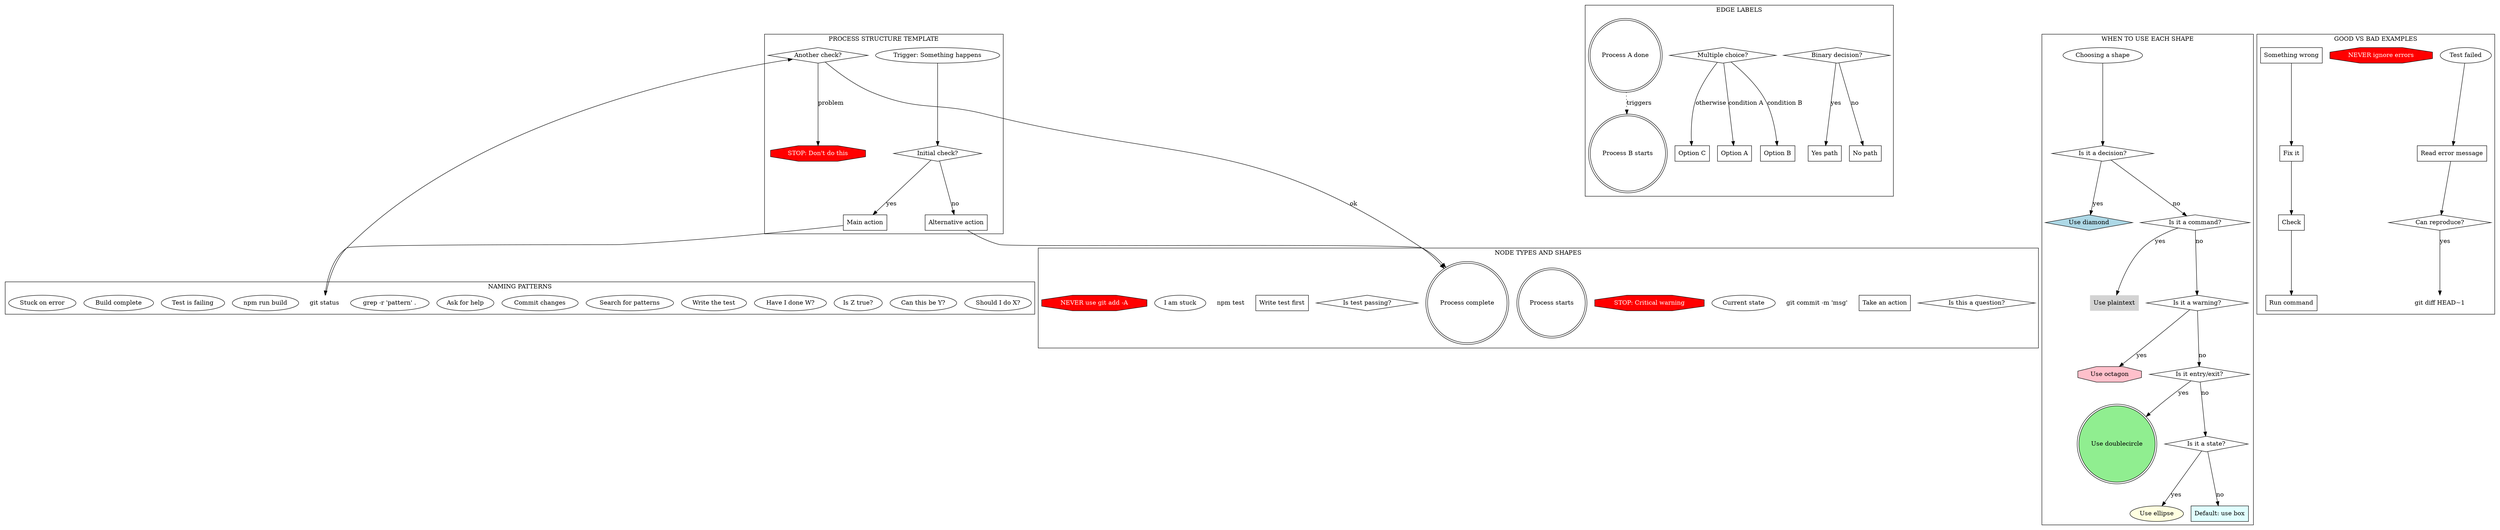
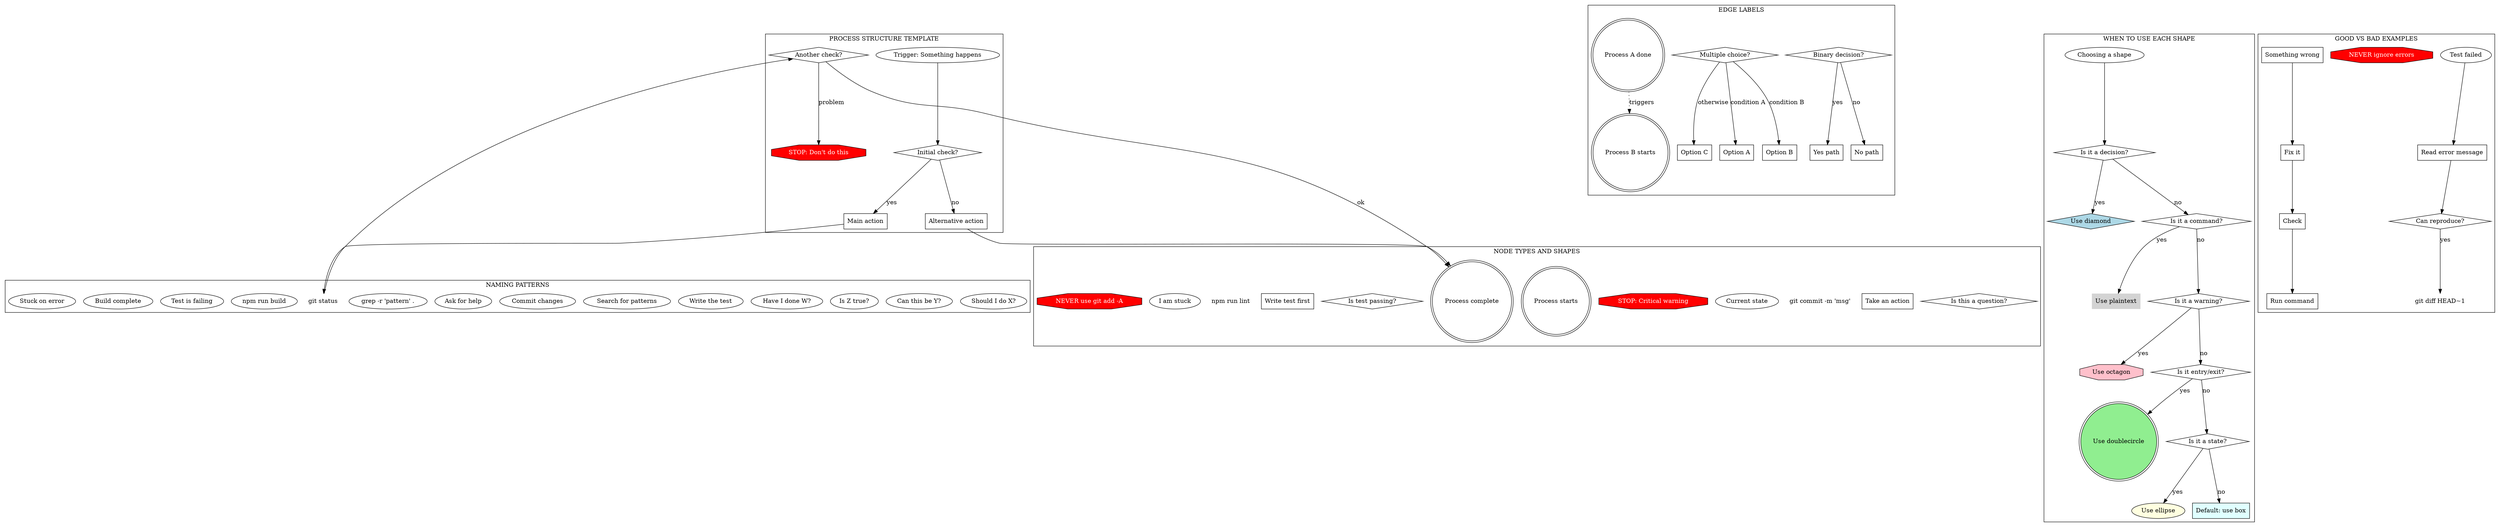
digraph STYLE_GUIDE {
    // The style guide for our process DSL, written in the DSL itself

    // Node type examples with their shapes
    subgraph cluster_node_types {
        label="NODE TYPES AND SHAPES";

        // Questions are diamonds
        "Is this a question?" [shape=diamond];

        // Actions are boxes (default)
        "Take an action" [shape=box];

        // Commands are plaintext
        "git commit -m 'msg'" [shape=plaintext];

        // States are ellipses
        "Current state" [shape=ellipse];

        // Warnings are octagons
        "STOP: Critical warning" [shape=octagon, style=filled, fillcolor=red, fontcolor=white];

        // Entry/exit are double circles
        "Process starts" [shape=doublecircle];
        "Process complete" [shape=doublecircle];

        // Examples of each
        "Is test passing?" [shape=diamond];
        "Write test first" [shape=box];
-         "npm test" [shape=plaintext];
+         "npm run lint" [shape=plaintext];
        "I am stuck" [shape=ellipse];
        "NEVER use git add -A" [shape=octagon, style=filled, fillcolor=red, fontcolor=white];
    }

    // Edge naming conventions
    subgraph cluster_edge_types {
        label="EDGE LABELS";

        "Binary decision?" [shape=diamond];
        "Yes path" [shape=box];
        "No path" [shape=box];

        "Binary decision?" -> "Yes path" [label="yes"];
        "Binary decision?" -> "No path" [label="no"];

        "Multiple choice?" [shape=diamond];
        "Option A" [shape=box];
        "Option B" [shape=box];
        "Option C" [shape=box];

        "Multiple choice?" -> "Option A" [label="condition A"];
        "Multiple choice?" -> "Option B" [label="condition B"];
        "Multiple choice?" -> "Option C" [label="otherwise"];

        "Process A done" [shape=doublecircle];
        "Process B starts" [shape=doublecircle];

        "Process A done" -> "Process B starts" [label="triggers", style=dotted];
    }

    // Naming patterns
    subgraph cluster_naming_patterns {
        label="NAMING PATTERNS";

        // Questions end with ?
        "Should I do X?";
        "Can this be Y?";
        "Is Z true?";
        "Have I done W?";

        // Actions start with verb
        "Write the test";
        "Search for patterns";
        "Commit changes";
        "Ask for help";

        // Commands are literal
        "grep -r 'pattern' .";
        "git status";
        "npm run build";

        // States describe situation
        "Test is failing";
        "Build complete";
        "Stuck on error";
    }

    // Process structure template
    subgraph cluster_structure {
        label="PROCESS STRUCTURE TEMPLATE";

        "Trigger: Something happens" [shape=ellipse];
        "Initial check?" [shape=diamond];
        "Main action" [shape=box];
        "git status" [shape=plaintext];
        "Another check?" [shape=diamond];
        "Alternative action" [shape=box];
        "STOP: Don't do this" [shape=octagon, style=filled, fillcolor=red, fontcolor=white];
        "Process complete" [shape=doublecircle];

        "Trigger: Something happens" -> "Initial check?";
        "Initial check?" -> "Main action" [label="yes"];
        "Initial check?" -> "Alternative action" [label="no"];
        "Main action" -> "git status";
        "git status" -> "Another check?";
        "Another check?" -> "Process complete" [label="ok"];
        "Another check?" -> "STOP: Don't do this" [label="problem"];
        "Alternative action" -> "Process complete";
    }

    // When to use which shape
    subgraph cluster_shape_rules {
        label="WHEN TO USE EACH SHAPE";

        "Choosing a shape" [shape=ellipse];

        "Is it a decision?" [shape=diamond];
        "Use diamond" [shape=diamond, style=filled, fillcolor=lightblue];

        "Is it a command?" [shape=diamond];
        "Use plaintext" [shape=plaintext, style=filled, fillcolor=lightgray];

        "Is it a warning?" [shape=diamond];
        "Use octagon" [shape=octagon, style=filled, fillcolor=pink];

        "Is it entry/exit?" [shape=diamond];
        "Use doublecircle" [shape=doublecircle, style=filled, fillcolor=lightgreen];

        "Is it a state?" [shape=diamond];
        "Use ellipse" [shape=ellipse, style=filled, fillcolor=lightyellow];

        "Default: use box" [shape=box, style=filled, fillcolor=lightcyan];

        "Choosing a shape" -> "Is it a decision?";
        "Is it a decision?" -> "Use diamond" [label="yes"];
        "Is it a decision?" -> "Is it a command?" [label="no"];
        "Is it a command?" -> "Use plaintext" [label="yes"];
        "Is it a command?" -> "Is it a warning?" [label="no"];
        "Is it a warning?" -> "Use octagon" [label="yes"];
        "Is it a warning?" -> "Is it entry/exit?" [label="no"];
        "Is it entry/exit?" -> "Use doublecircle" [label="yes"];
        "Is it entry/exit?" -> "Is it a state?" [label="no"];
        "Is it a state?" -> "Use ellipse" [label="yes"];
        "Is it a state?" -> "Default: use box" [label="no"];
    }

    // Good vs bad examples
    subgraph cluster_examples {
        label="GOOD VS BAD EXAMPLES";

        // Good: specific and shaped correctly
        "Test failed" [shape=ellipse];
        "Read error message" [shape=box];
        "Can reproduce?" [shape=diamond];
        "git diff HEAD~1" [shape=plaintext];
        "NEVER ignore errors" [shape=octagon, style=filled, fillcolor=red, fontcolor=white];

        "Test failed" -> "Read error message";
        "Read error message" -> "Can reproduce?";
        "Can reproduce?" -> "git diff HEAD~1" [label="yes"];

        // Bad: vague and wrong shapes
        bad_1 [label="Something wrong", shape=box];  // Should be ellipse (state)
        bad_2 [label="Fix it", shape=box];  // Too vague
        bad_3 [label="Check", shape=box];  // Should be diamond
        bad_4 [label="Run command", shape=box];  // Should be plaintext with actual command

        bad_1 -> bad_2;
        bad_2 -> bad_3;
        bad_3 -> bad_4;
    }
}